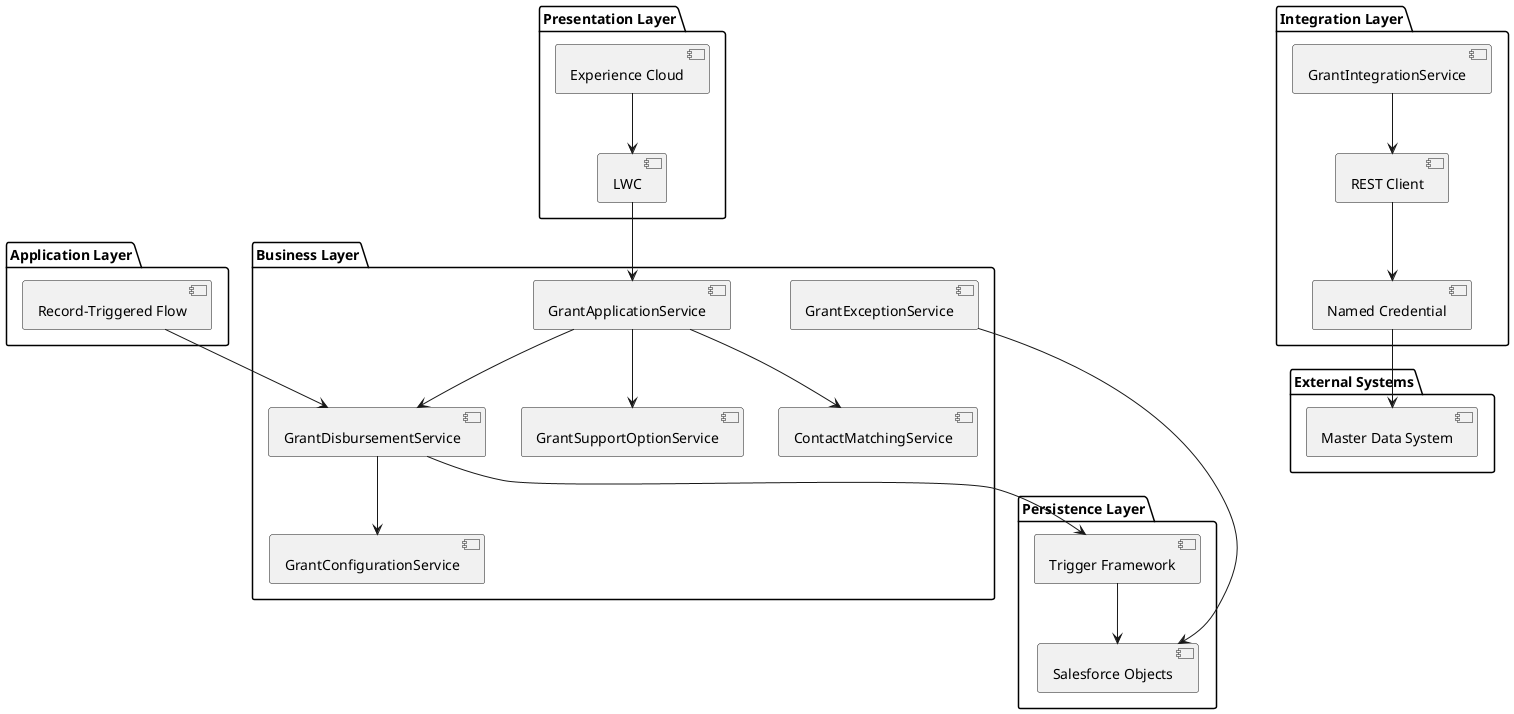
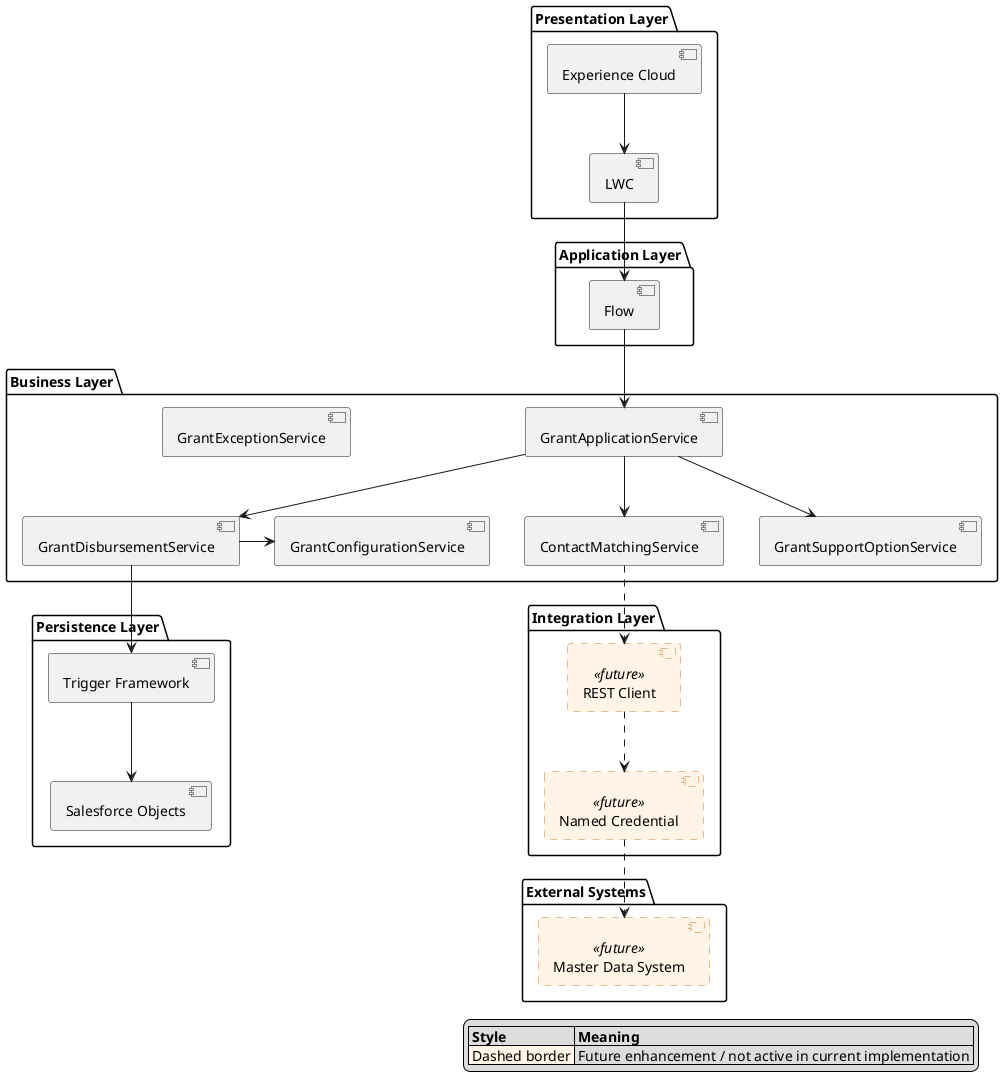
@startuml
+ skinparam component {
+     BackgroundColor<<future>> #FFF4E6
+     BorderColor<<future>> #C47F36
+     BorderStyle<<future>> dashed
+ }
+ skinparam rectangle {
+     BackgroundColor<<future>> #FFF4E6
+     BorderColor<<future>> #C47F36
+     BorderStyle<<future>> dashed
+ }

package "Presentation Layer" {

[Experience Cloud]

[LWC]

}

package "Application Layer" {

- [Record-Triggered Flow]
+ [Flow]

}
+ 
+ 

package "Business Layer" {

[GrantApplicationService]

[ContactMatchingService]

[GrantDisbursementService]

[GrantConfigurationService]

[GrantSupportOptionService]

[GrantExceptionService]

}

package "Persistence Layer" {

[Trigger Framework]

[Salesforce Objects]

}

package "Integration Layer" {

- [REST Client]
+ component "REST Client" as RestClient <<future>>

- [Named Credential]
- 
- [GrantIntegrationService]
+ component "Named Credential" as NamedCredential <<future>>

}

package "External Systems" {

- [Master Data System]
+ component "Master Data System" as MasterDataSystem <<future>>

}

[Experience Cloud] --> [LWC]

- [LWC] --> [GrantApplicationService]
+ [LWC] --> [Flow]

- [Record-Triggered Flow] --> [GrantDisbursementService]
+ [Flow] --> [GrantApplicationService]

[GrantApplicationService] --> [ContactMatchingService]

[GrantApplicationService] --> [GrantSupportOptionService]

[GrantApplicationService] --> [GrantDisbursementService]

- [GrantDisbursementService] --> [GrantConfigurationService]
+ [GrantDisbursementService] -> [GrantConfigurationService]

[GrantDisbursementService] --> [Trigger Framework]

[Trigger Framework] --> [Salesforce Objects]

- [GrantExceptionService] --> [Salesforce Objects]
+ [ContactMatchingService] ..> RestClient

- [GrantIntegrationService] --> [REST Client]
+ RestClient ..> NamedCredential

- [REST Client] --> [Named Credential]
+ NamedCredential ..> MasterDataSystem

- [Named Credential] --> [Master Data System]
+ legend right
+   |= Style |= Meaning |
+   |<#FFF4E6> Dashed border | Future enhancement / not active in current implementation |
+ endlegend

@enduml
